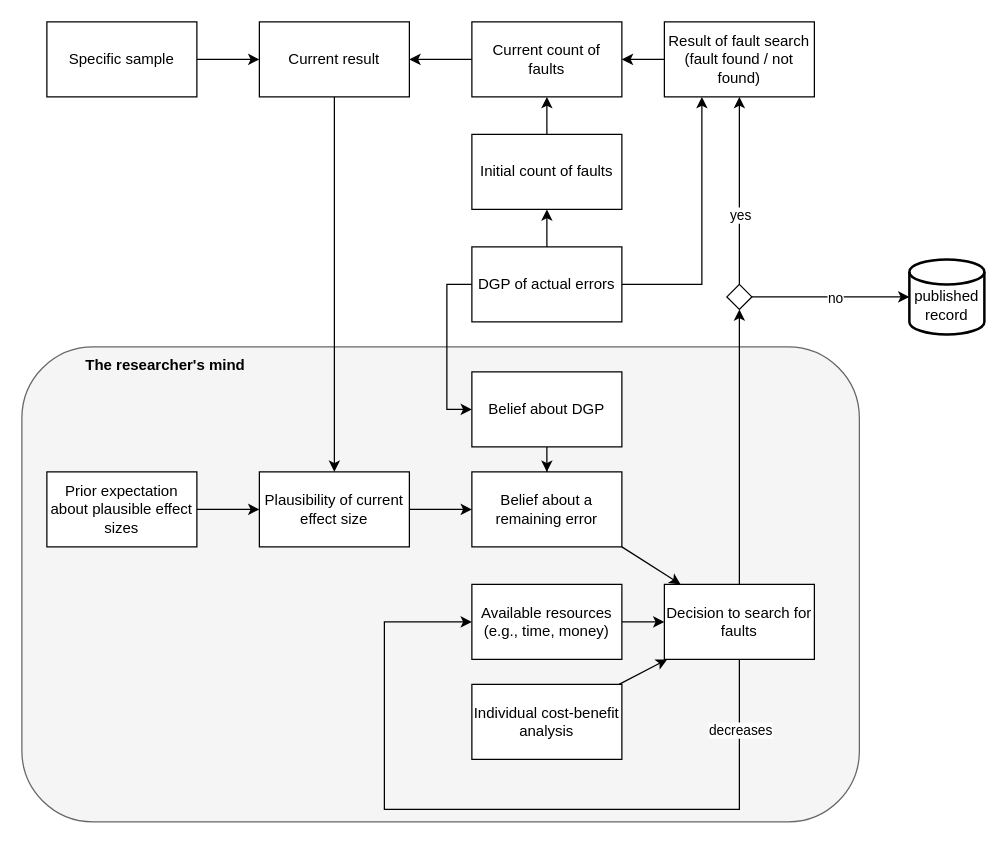
This is scientific_errors_VAST.drawio from nicebread/scientific_errors, a draw.io file, before an edit. Source tidied: cells renumbered, new cells numbered last; positions are measured from the earlier drawing's top-left corner, leaving out a move shared by most shapes. Both pictures are drawn from the tidied source at 125%, with x=0, y=0 at pixel (21, 21).
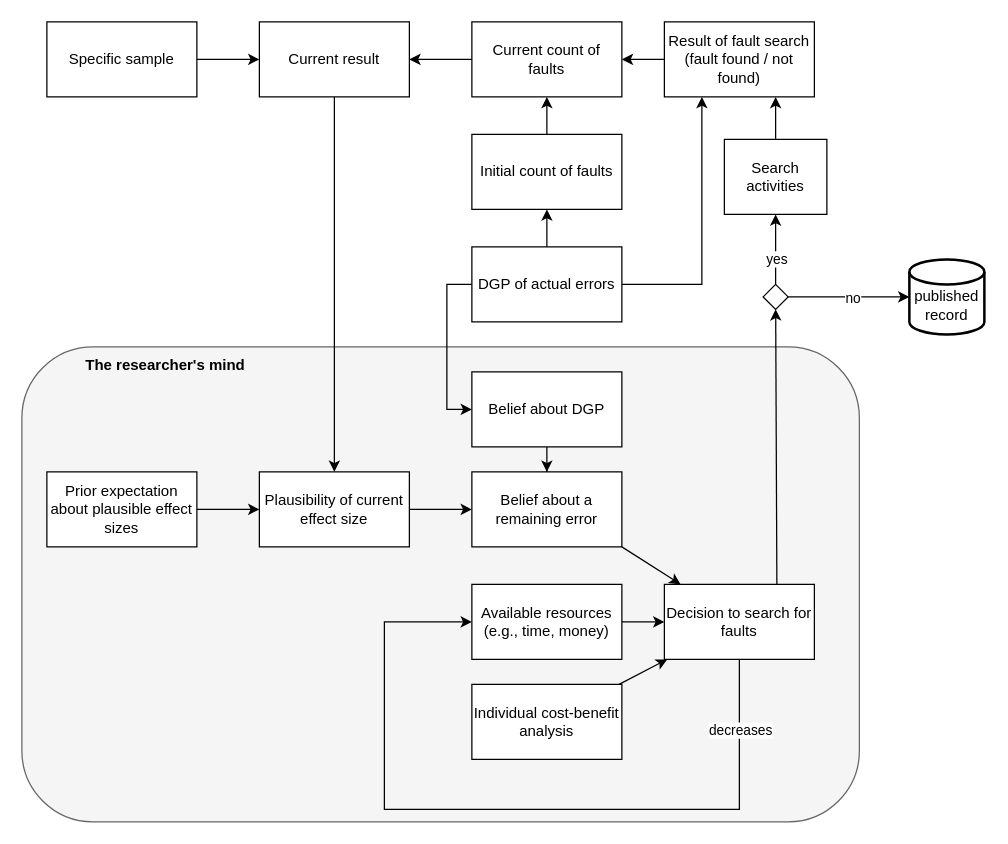
The same diagram, later.

Commit message:
Add "search activities"

Unchanged cells that the change refers to:
```xml
<mxCell id="8" value="Decision to search for faults" style="rounded=0;whiteSpace=wrap;html=1;" parent="1" vertex="1">
  <mxGeometry x="514" y="450" width="120" height="60" as="geometry" />
</mxCell>
<mxCell id="19" value="Result of fault search&lt;br&gt;(fault found / not found)" style="rounded=0;whiteSpace=wrap;html=1;" parent="1" vertex="1">
  <mxGeometry x="514" width="120" height="60" as="geometry" />
</mxCell>
```

What changed in the source:
```diff
@@
-    <mxCell id="20" style="endArrow=classic;html=1;rounded=0;" parent="1" edge="1" source="33" target="19">
+    <mxCell id="20" style="endArrow=classic;html=1;rounded=0;" parent="1" edge="1" source="33" target="43">
       <mxGeometry relative="1" as="geometry" />
     </mxCell>
@@
-    <mxCell id="32" style="endArrow=classic;html=1;rounded=0;" parent="1" edge="1" source="8" target="33">
+    <mxCell id="32" style="endArrow=classic;html=1;rounded=0;exitX=0.75;exitY=0;exitDx=0;exitDy=0;" parent="1" edge="1" source="8" target="33">
       <mxGeometry relative="1" as="geometry" />
     </mxCell>
     <mxCell id="33" style="rhombus;whiteSpace=wrap;html=1;" parent="1" vertex="1">
-      <mxGeometry x="564" y="210" width="20" height="20" as="geometry" />
+      <mxGeometry x="593" y="210" width="20" height="20" as="geometry" />
     </mxCell>
@@
+    <mxCell id="42" style="edgeStyle=orthogonalEdgeStyle;rounded=0;jettySize=auto;html=1;" parent="1" edge="1" source="43" target="19">
+      <mxGeometry relative="1" as="geometry">
+        <Array as="points">
+          <mxPoint x="603" y="70" />
+          <mxPoint x="603" y="70" />
+        </Array>
+      </mxGeometry>
+    </mxCell>
+    <mxCell id="43" value="Search activities" style="rounded=0;whiteSpace=wrap;html=1;" parent="1" vertex="1">
+      <mxGeometry x="562" y="94" width="82" height="60" as="geometry" />
+    </mxCell>
```
